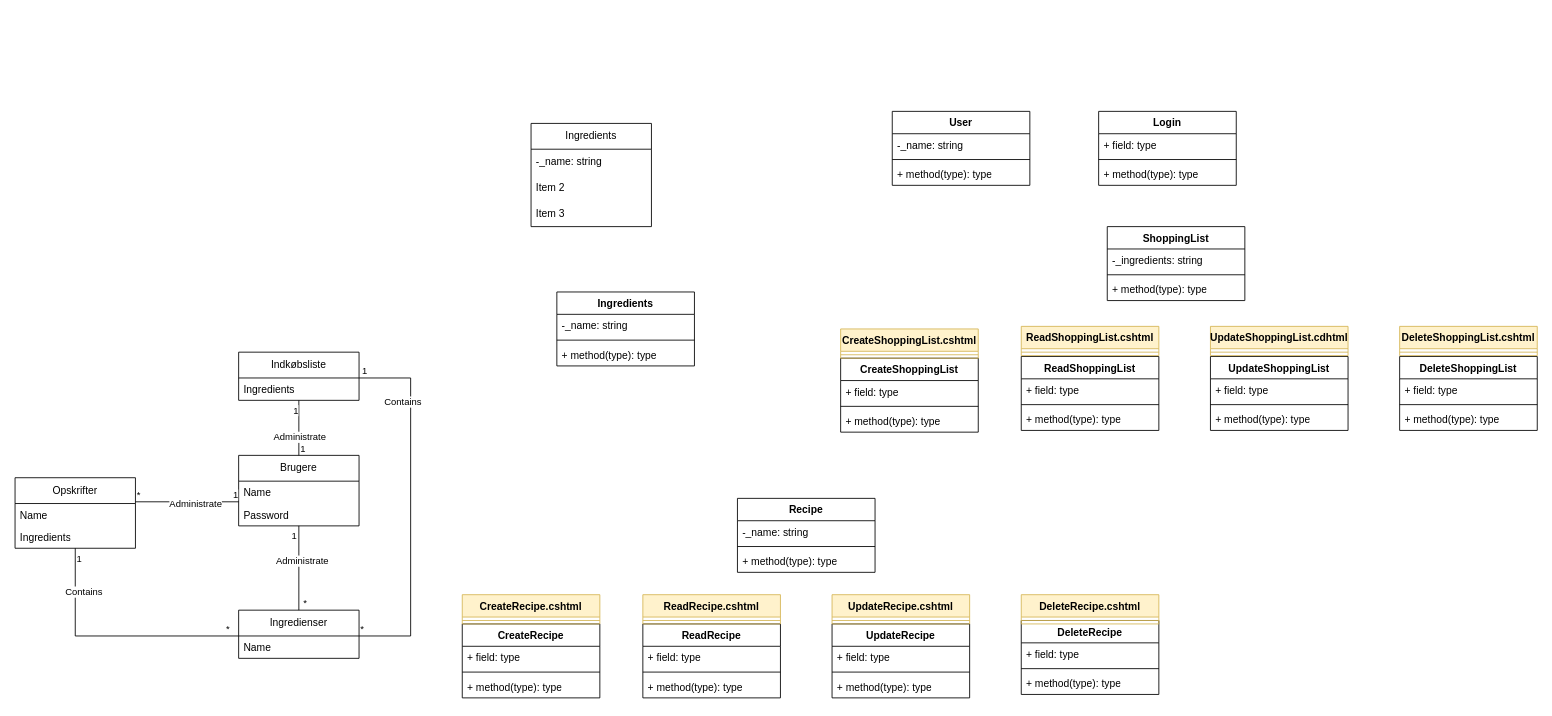
This is HandleLetDomain.drawio from JaisAndersen/HandleLet, a draw.io file, before an edit. Source tidied: cells renumbered, new cells numbered last; positions are measured from the earlier drawing's top-left corner, leaving out a move shared by most shapes. Both pictures are drawn from the tidied source at 86%, with x=0, y=0 at pixel (15, 111).
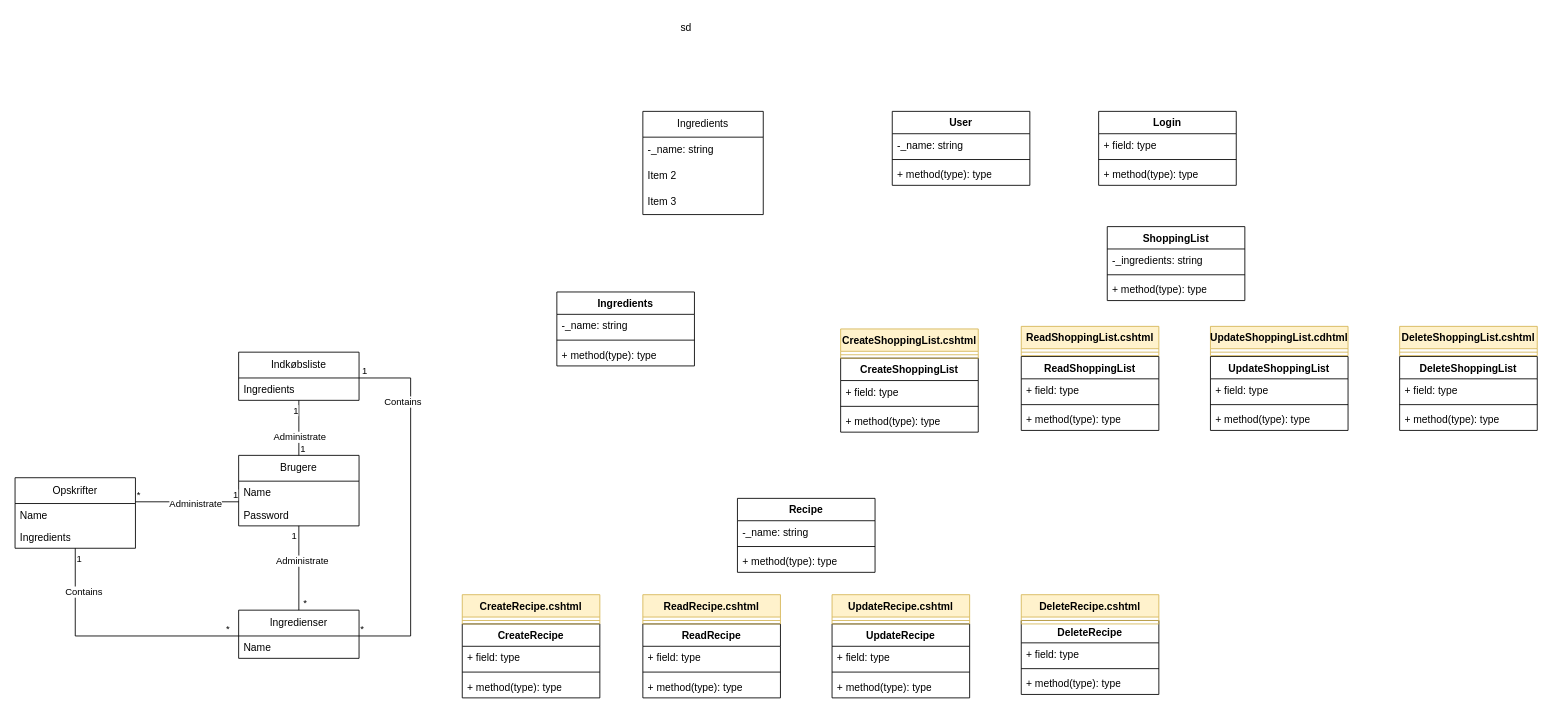
The same page after the edit.

What changed in the source:
```diff
@@
     <mxCell id="32" value="Ingredients" style="swimlane;fontStyle=0;horizontal=1;startSize=30;whiteSpace=wrap;html=1;" parent="1" vertex="1">
-      <mxGeometry x="600" y="14" width="140" height="120" as="geometry" />
+      <mxGeometry x="730" width="140" height="120" as="geometry" />
     </mxCell>
@@
+    <mxCell id="104" value="sd" style="text;html=1;align=center;verticalAlign=middle;strokeColor=none;fillColor=none;" parent="1" vertex="1">
+      <mxGeometry x="760" y="-112" width="40" height="30" as="geometry" />
+    </mxCell>
```
